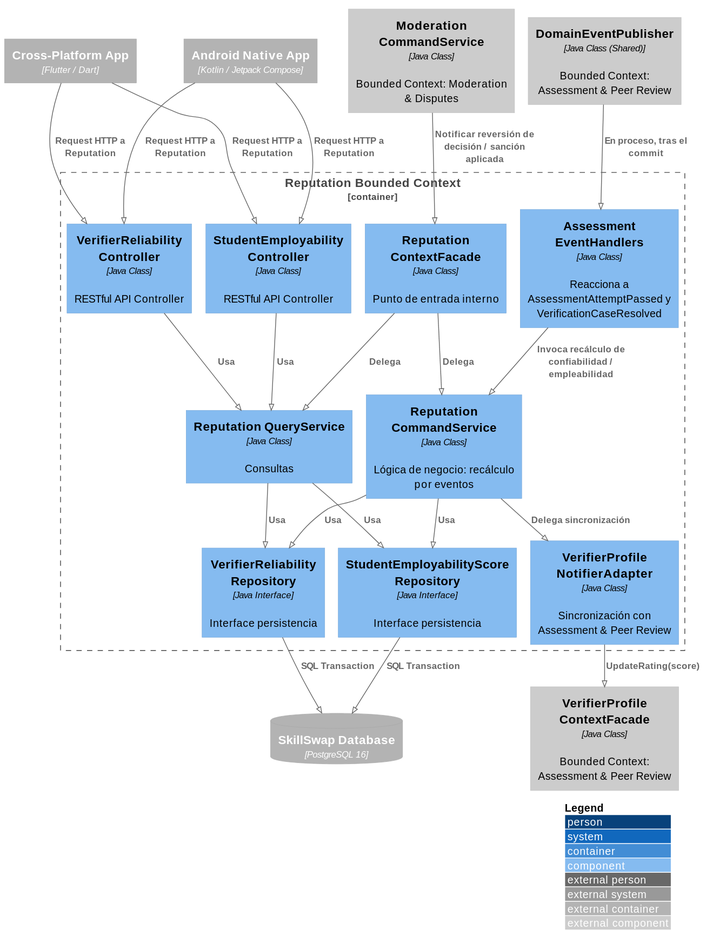
Aplicaciones-Dispositivos-Moviles/SkillSwap-ProjectReport keeps this PlantUML diagram as images-doc/ReputationComponent.svg. Above is the earlier version.
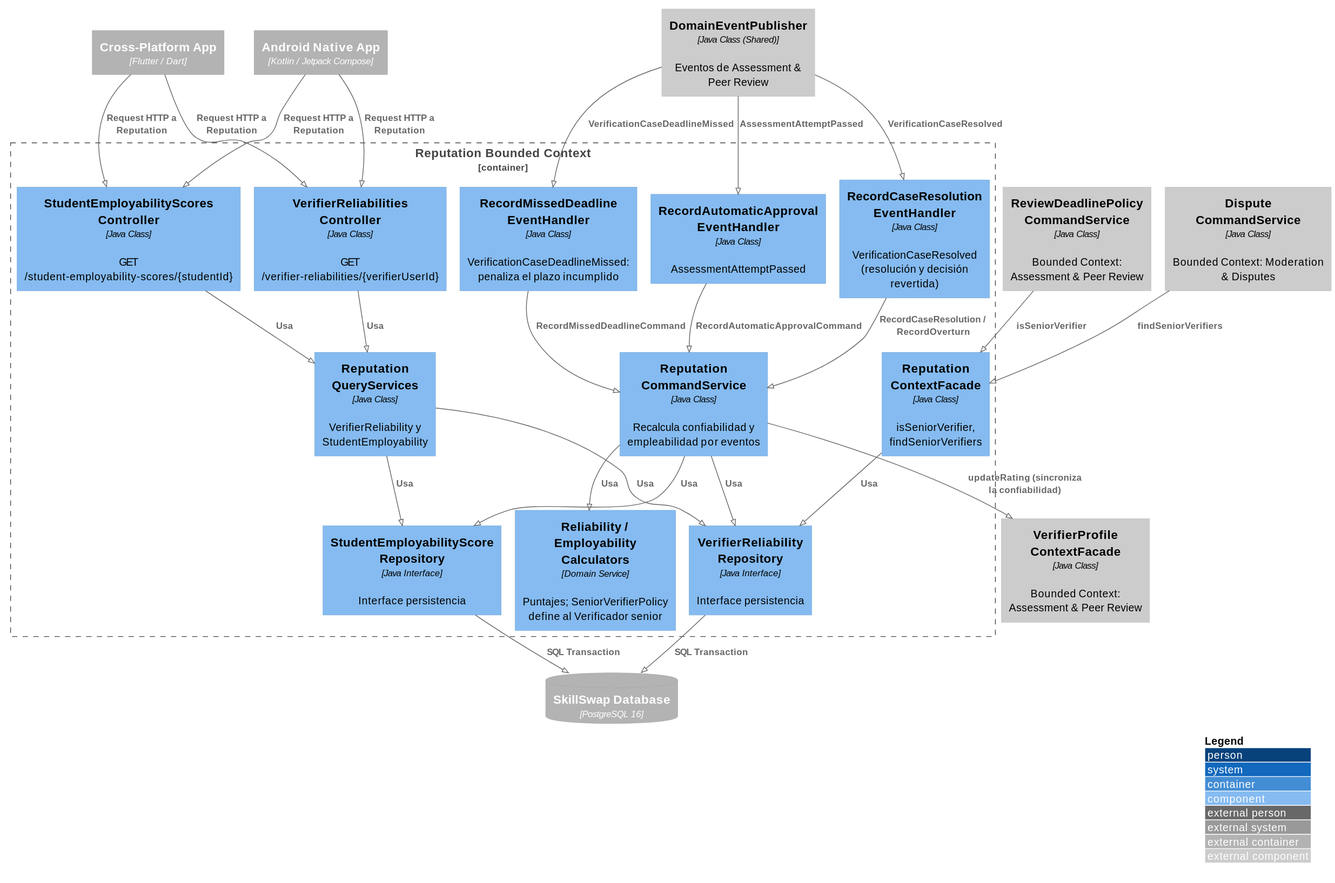
Later version of the same file.

The edit, as a diff of the source:
```diff
@@ -9,44 +9,49 @@
 ContainerDb_Ext(mainDB, "SkillSwap Database", "PostgreSQL 16")
 
 Container_Boundary(reputationBC, "Reputation Bounded Context") {
-    Component(verifierReliabilityController, "VerifierReliability Controller", "Java Class", "RESTful API Controller")
-    Component(studentEmployabilityController, "StudentEmployability Controller", "Java Class", "RESTful API Controller")
-    Component(reputationCommandService, "Reputation CommandService", "Java Class", "Lógica de negocio: recálculo por eventos")
-    Component(reputationQueryService, "Reputation QueryService", "Java Class", "Consultas")
-    Component(assessmentEventHandlers, "Assessment EventHandlers", "Java Class", "Reacciona a AssessmentAttemptPassed y VerificationCaseResolved")
+    Component(verifierReliabilityController, "VerifierReliabilities Controller", "Java Class", "GET /verifier-reliabilities/{verifierUserId}")
+    Component(studentEmployabilityController, "StudentEmployabilityScores Controller", "Java Class", "GET /student-employability-scores/{studentId}")
+    Component(reputationCommandService, "Reputation CommandService", "Java Class", "Recalcula confiabilidad y empleabilidad por eventos")
+    Component(reputationQueryServices, "Reputation QueryServices", "Java Class", "VerifierReliability y StudentEmployability")
+    Component(automaticApprovalHandler, "RecordAutomaticApproval EventHandler", "Java Class", "AssessmentAttemptPassed")
+    Component(caseResolutionHandler, "RecordCaseResolution EventHandler", "Java Class", "VerificationCaseResolved (resolución y decisión revertida)")
+    Component(missedDeadlineHandler, "RecordMissedDeadline EventHandler", "Java Class", "VerificationCaseDeadlineMissed: penaliza el plazo incumplido")
+    Component(calculators, "Reliability / Employability Calculators", "Domain Service", "Puntajes; SeniorVerifierPolicy define al Verificador senior")
     Component(verifierReliabilityRepository, "VerifierReliability Repository", "Java Interface", "Interface persistencia")
     Component(studentEmployabilityRepository, "StudentEmployabilityScore Repository", "Java Interface", "Interface persistencia")
-    Component(verifierProfileNotifierExternal, "VerifierProfile NotifierAdapter", "Java Class", "Sincronización con Assessment & Peer Review")
-    Component(reputationContextFacade, "Reputation ContextFacade", "Java Class", "Punto de entrada interno")
+    Component(reputationContextFacade, "Reputation ContextFacade", "Java Class", "isSeniorVerifier, findSeniorVerifiers")
 }
 
+Component_Ext(domainEventPublisher, "DomainEventPublisher", "Java Class (Shared)", "Eventos de Assessment & Peer Review")
 Component_Ext(verifierProfileContextFacade, "VerifierProfile ContextFacade", "Java Class", "Bounded Context: Assessment & Peer Review")
-Component_Ext(assessmentDomainEventPublisher, "DomainEventPublisher", "Java Class (Shared)", "Bounded Context: Assessment & Peer Review")
-Component_Ext(moderationCommandService, "Moderation CommandService", "Java Class", "Bounded Context: Moderation & Disputes")
+Component_Ext(deadlinePolicyCommandService, "ReviewDeadlinePolicy CommandService", "Java Class", "Bounded Context: Assessment & Peer Review")
+Component_Ext(disputeCommandService, "Dispute CommandService", "Java Class", "Bounded Context: Moderation & Disputes")
 
 Rel(androidApp, verifierReliabilityController, "Request HTTP a Reputation")
 Rel(flutterApp, verifierReliabilityController, "Request HTTP a Reputation")
 Rel(androidApp, studentEmployabilityController, "Request HTTP a Reputation")
 Rel(flutterApp, studentEmployabilityController, "Request HTTP a Reputation")
 
-Rel(verifierReliabilityController, reputationQueryService, "Usa")
-Rel(studentEmployabilityController, reputationQueryService, "Usa")
+Rel(verifierReliabilityController, reputationQueryServices, "Usa")
+Rel(studentEmployabilityController, reputationQueryServices, "Usa")
 
+Rel(domainEventPublisher, automaticApprovalHandler, "AssessmentAttemptPassed")
+Rel(domainEventPublisher, caseResolutionHandler, "VerificationCaseResolved")
+Rel(domainEventPublisher, missedDeadlineHandler, "VerificationCaseDeadlineMissed")
+Rel(automaticApprovalHandler, reputationCommandService, "RecordAutomaticApprovalCommand")
+Rel(caseResolutionHandler, reputationCommandService, "RecordCaseResolution / RecordOverturn")
+Rel(missedDeadlineHandler, reputationCommandService, "RecordMissedDeadlineCommand")
+
+Rel(reputationCommandService, calculators, "Usa")
 Rel(reputationCommandService, verifierReliabilityRepository, "Usa")
 Rel(reputationCommandService, studentEmployabilityRepository, "Usa")
-Rel(reputationQueryService, verifierReliabilityRepository, "Usa")
-Rel(reputationQueryService, studentEmployabilityRepository, "Usa")
+Rel(reputationQueryServices, verifierReliabilityRepository, "Usa")
+Rel(reputationQueryServices, studentEmployabilityRepository, "Usa")
 Rel(verifierReliabilityRepository, mainDB, "SQL Transaction")
 Rel(studentEmployabilityRepository, mainDB, "SQL Transaction")
 
-Rel(assessmentDomainEventPublisher, assessmentEventHandlers, "En proceso, tras el commit")
-Rel(assessmentEventHandlers, reputationCommandService, "Invoca recálculo de confiabilidad / empleabilidad")
-
-Rel(reputationCommandService, verifierProfileNotifierExternal, "Delega sincronización")
-Rel(verifierProfileNotifierExternal, verifierProfileContextFacade, "UpdateRating(score)")
-
-Rel(reputationContextFacade, reputationCommandService, "Delega")
-Rel(reputationContextFacade, reputationQueryService, "Delega")
-
-Rel(moderationCommandService, reputationContextFacade, "Notificar reversión de decisión / sanción aplicada")
+Rel(reputationCommandService, verifierProfileContextFacade, "updateRating (sincroniza la confiabilidad)")
+Rel(reputationContextFacade, verifierReliabilityRepository, "Usa")
+Rel(deadlinePolicyCommandService, reputationContextFacade, "isSeniorVerifier")
+Rel(disputeCommandService, reputationContextFacade, "findSeniorVerifiers")
 @enduml
```
